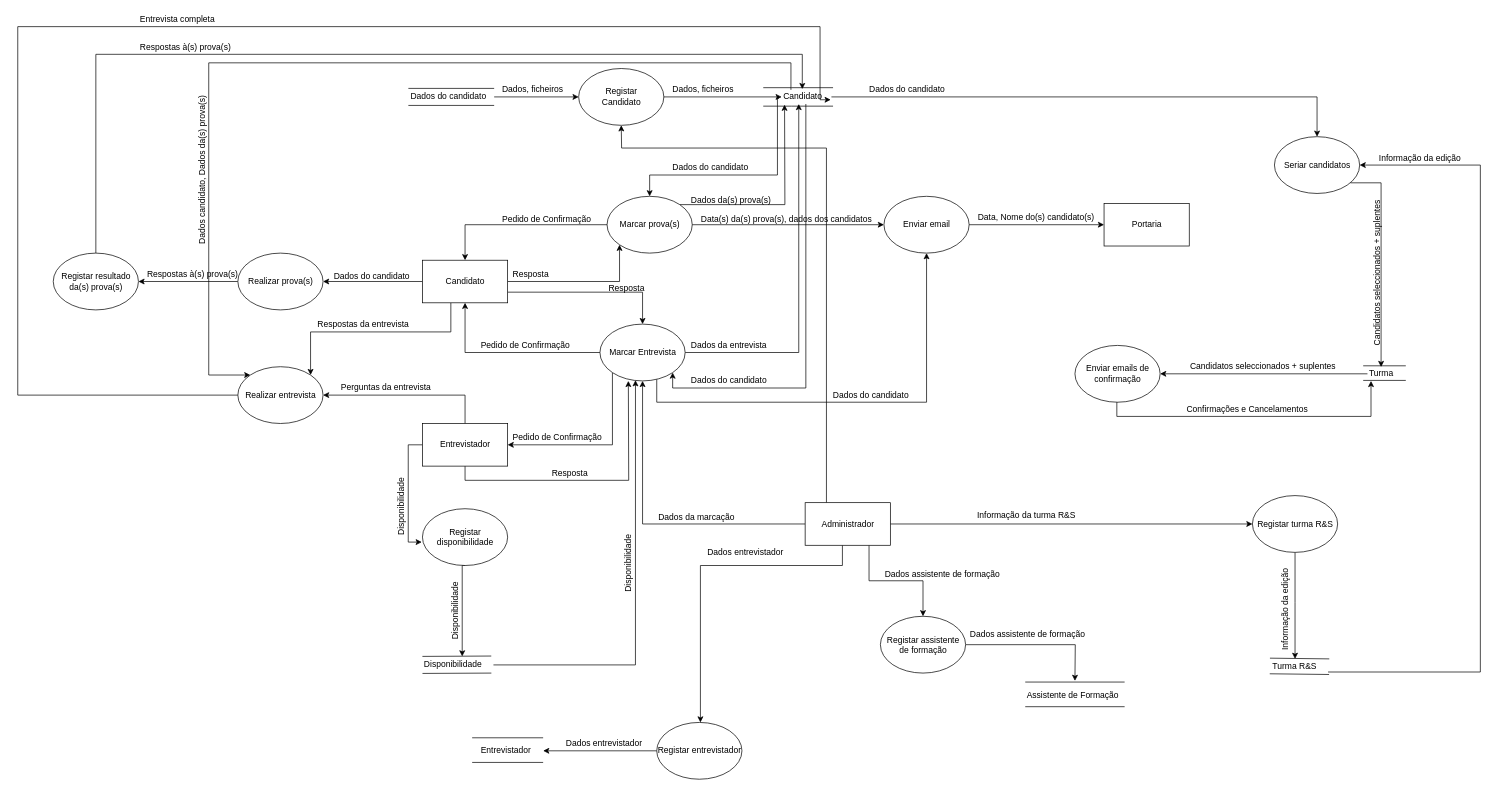
The draw.io diagram Docs/DFD.drawio in blestonbandeira/grs, before the edit. Source tidied: cells renumbered, new cells numbered last; positions are measured from the earlier drawing's top-left corner, leaving out a move shared by most shapes. Both pictures are drawn from the tidied source at 71%, with x=0, y=0 at pixel (18, 12).
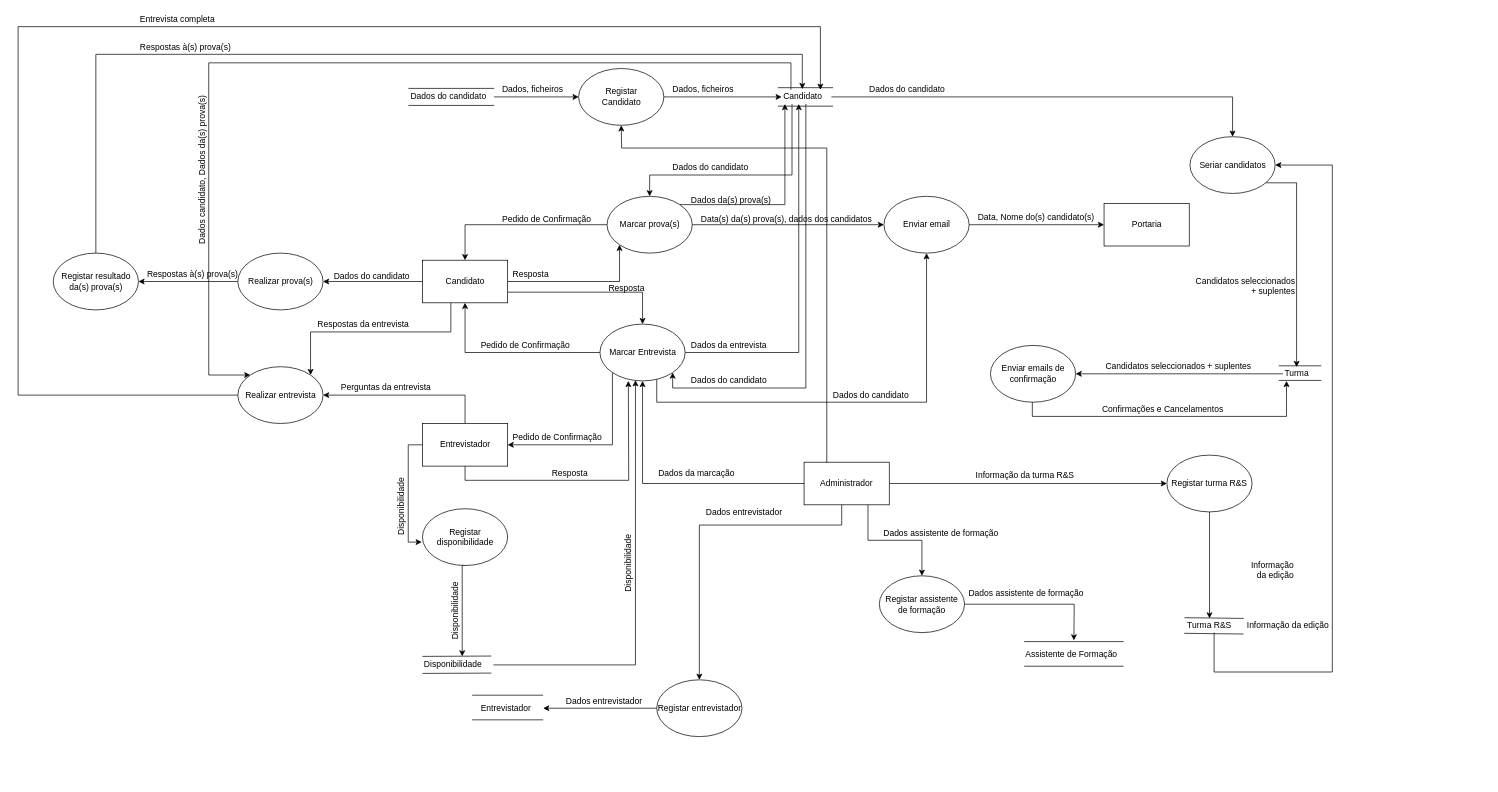
Above is the later version.

The change refers to these unchanged cells:
```xml
<mxCell id="4" value="Registar &lt;br&gt;Candidato" style="ellipse;whiteSpace=wrap;html=1;" parent="1" vertex="1">
  <mxGeometry x="789.5" y="79" width="120" height="80" as="geometry" />
</mxCell>
<mxCell id="9" value="Candidato" style="text;html=1;points=[];align=left;verticalAlign=top;spacingTop=-4;" parent="1" vertex="1">
  <mxGeometry x="1075.5" y="109" width="70" height="20" as="geometry" />
</mxCell>
<mxCell id="17" value="Marcar prova(s)" style="ellipse;whiteSpace=wrap;html=1;" parent="1" vertex="1">
  <mxGeometry x="829.5" y="259" width="120" height="80" as="geometry" />
</mxCell>
<mxCell id="65" value="Realizar entrevista" style="ellipse;whiteSpace=wrap;html=1;" parent="1" vertex="1">
  <mxGeometry x="309.5" y="499" width="120" height="80" as="geometry" />
</mxCell>
<mxCell id="102" value="Turma" style="text;html=1;points=[];align=left;verticalAlign=top;spacingTop=-4;" parent="100" vertex="1">
  <mxGeometry x="6" width="50" height="20" as="geometry" />
</mxCell>
```

Change to the diagram source:
```diff
@@
-    <mxCell id="5" style="edgeStyle=orthogonalEdgeStyle;rounded=0;jettySize=auto;html=1;entryX=0.5;entryY=0;entryDx=0;entryDy=0;exitX=-0.057;exitY=0.6;exitDx=0;exitDy=0;exitPerimeter=0;" parent="1" edge="1" source="9" target="17">
+    <mxCell id="5" style="edgeStyle=orthogonalEdgeStyle;rounded=0;jettySize=auto;html=1;entryX=0.5;entryY=0;entryDx=0;entryDy=0;" parent="1" edge="1" source="9" target="17">
       <mxGeometry relative="1" as="geometry">
         <Array as="points">
-          <mxPoint x="1069.5" y="121" />
-          <mxPoint x="1069.5" y="229" />
-          <mxPoint x="889.5" y="229" />
+          <mxPoint x="1090" y="229" />
+          <mxPoint x="890" y="229" />
         </Array>
       </mxGeometry>
     </mxCell>
@@
     <mxCell id="10" style="shape=link;html=1;width=26;entryX=1.033;entryY=0.5;entryDx=0;entryDy=0;entryPerimeter=0;" parent="1" edge="1" target="9">
       <mxGeometry relative="1" as="geometry">
-        <mxPoint x="1049.5" y="119" as="sourcePoint" />
+        <mxPoint x="1070" y="119" as="sourcePoint" />
         <Array as="points">
           <mxPoint x="1089.5" y="119" />
         </Array>
       </mxGeometry>
     </mxCell>
@@
-    <mxCell id="12" style="endArrow=classic;html=1;exitX=1;exitY=0.5;exitDx=0;exitDy=0;entryX=0;entryY=0.5;entryDx=0;entryDy=0;entryPerimeter=0;" parent="1" edge="1" source="4" target="9">
+    <mxCell id="12" style="endArrow=classic;html=1;exitX=1;exitY=0.5;exitDx=0;exitDy=0;" parent="1" edge="1" source="4" target="9">
       <mxGeometry relative="1" as="geometry" />
     </mxCell>
@@
-    <mxCell id="16" style="edgeStyle=orthogonalEdgeStyle;rounded=0;jettySize=auto;html=1;exitX=1;exitY=0;exitDx=0;exitDy=0;" parent="1" edge="1" source="17">
+    <mxCell id="16" style="edgeStyle=orthogonalEdgeStyle;rounded=0;jettySize=auto;html=1;exitX=1;exitY=0;exitDx=0;exitDy=0;" parent="1" edge="1" source="17" target="9">
       <mxGeometry relative="1" as="geometry">
-        <mxPoint x="1079.5" y="130" as="targetPoint" />
+        <Array as="points">
+          <mxPoint x="1080" y="271" />
+        </Array>
       </mxGeometry>
     </mxCell>
@@
-    <mxCell id="64" style="edgeStyle=orthogonalEdgeStyle;rounded=0;jettySize=auto;html=1;exitX=0;exitY=0.5;exitDx=0;exitDy=0;entryX=0.986;entryY=0.7;entryDx=0;entryDy=0;entryPerimeter=0;" parent="1" edge="1" source="65" target="9">
+    <mxCell id="64" style="edgeStyle=orthogonalEdgeStyle;rounded=0;jettySize=auto;html=1;exitX=0;exitY=0.5;exitDx=0;exitDy=0;" parent="1" edge="1" source="65" target="9">
       <mxGeometry relative="1" as="geometry">
         <Array as="points">
-          <mxPoint x="-0.5" y="539" />
-          <mxPoint x="-0.5" y="20" />
-          <mxPoint x="1129.5" y="20" />
+          <mxPoint y="539" />
+          <mxPoint y="20" />
+          <mxPoint x="1130" y="20" />
         </Array>
       </mxGeometry>
     </mxCell>
@@
-    <mxCell id="72" style="edgeStyle=orthogonalEdgeStyle;rounded=0;jettySize=auto;html=1;" parent="1" edge="1" source="75" target="91">
+    <mxCell id="72" style="edgeStyle=orthogonalEdgeStyle;rounded=0;jettySize=auto;html=1;entryX=0.5;entryY=0;entryDx=0;entryDy=0;" parent="1" edge="1" source="75" target="91">
       <mxGeometry relative="1" as="geometry">
         <Array as="points">
-          <mxPoint x="1161" y="779" />
-          <mxPoint x="961" y="779" />
+          <mxPoint x="1160" y="722" />
+          <mxPoint x="960" y="722" />
         </Array>
       </mxGeometry>
     </mxCell>
@@
     <mxCell id="75" value="Administrador" style="rounded=0;whiteSpace=wrap;html=1;" parent="1" vertex="1">
-      <mxGeometry x="1108.5" y="690.5" width="120" height="60" as="geometry" />
+      <mxGeometry x="1107" y="633.5" width="120" height="60" as="geometry" />
     </mxCell>
     <mxCell id="76" value="Dados da marcação" style="text;html=1;align=left;verticalAlign=top;spacingTop=-4;rotation=0;" parent="1" vertex="1">
-      <mxGeometry x="899.5" y="700.5" width="120" height="20" as="geometry" />
+      <mxGeometry x="899.5" y="639" width="120" height="20" as="geometry" />
     </mxCell>
     <mxCell id="77" style="edgeStyle=orthogonalEdgeStyle;rounded=0;jettySize=auto;html=1;entryX=0.384;entryY=0.02;entryDx=0;entryDy=0;entryPerimeter=0;" parent="1" edge="1" source="78" target="102">
       <mxGeometry relative="1" as="geometry">
         <Array as="points">
-          <mxPoint x="1919.5" y="240" />
+          <mxPoint x="1800.5" y="240" />
         </Array>
       </mxGeometry>
     </mxCell>
     <mxCell id="78" value="Seriar candidatos" style="ellipse;whiteSpace=wrap;html=1;" parent="1" vertex="1">
-      <mxGeometry x="1769.5" y="175" width="120" height="80" as="geometry" />
+      <mxGeometry x="1650.5" y="175" width="120" height="80" as="geometry" />
     </mxCell>
@@
     <mxCell id="80" style="edgeStyle=orthogonalEdgeStyle;rounded=0;jettySize=auto;html=1;" parent="1" edge="1" source="81" target="85">
       <mxGeometry relative="1" as="geometry">
         <Array as="points">
-          <mxPoint x="1799" y="831" />
-          <mxPoint x="1799" y="831" />
+          <mxPoint x="1678.5" y="774" />
+          <mxPoint x="1678.5" y="774" />
         </Array>
       </mxGeometry>
     </mxCell>
     <mxCell id="81" value="Registar turma R&amp;amp;S" style="ellipse;whiteSpace=wrap;html=1;" parent="1" vertex="1">
-      <mxGeometry x="1738.5" y="680.5" width="120" height="80" as="geometry" />
+      <mxGeometry x="1618" y="623.5" width="120" height="80" as="geometry" />
     </mxCell>
     <mxCell id="82" value="Informação da turma R&amp;amp;S" style="text;html=1;align=left;verticalAlign=top;spacingTop=-4;" parent="1" vertex="1">
-      <mxGeometry x="1348.5" y="698.5" width="150" height="20" as="geometry" />
+      <mxGeometry x="1347" y="641.5" width="150" height="20" as="geometry" />
     </mxCell>
     <mxCell id="83" style="shape=link;html=1;width=22;entryX=1.02;entryY=0.55;entryDx=0;entryDy=0;entryPerimeter=0;" parent="1" edge="1" target="85">
       <mxGeometry relative="1" as="geometry">
-        <mxPoint x="1763" y="920.5" as="sourcePoint" />
+        <mxPoint x="1642.5" y="863.5" as="sourcePoint" />
       </mxGeometry>
     </mxCell>
     <mxCell id="84" style="edgeStyle=orthogonalEdgeStyle;rounded=0;jettySize=auto;html=1;entryX=1;entryY=0.5;entryDx=0;entryDy=0;" parent="1" edge="1" source="85" target="78">
       <mxGeometry relative="1" as="geometry">
         <Array as="points">
-          <mxPoint x="2059.5" y="929" />
-          <mxPoint x="2059.5" y="215" />
+          <mxPoint x="1851" y="929" />
+          <mxPoint x="1851" y="215" />
         </Array>
       </mxGeometry>
     </mxCell>
     <mxCell id="85" value="Turma R&amp;amp;S" style="text;html=1;points=[];align=left;verticalAlign=top;spacingTop=-4;" parent="1" vertex="1">
-      <mxGeometry x="1765" y="910.5" width="80" height="20" as="geometry" />
+      <mxGeometry x="1644.5" y="853.5" width="80" height="20" as="geometry" />
     </mxCell>
-    <mxCell id="86" value="Informação da edição" style="text;html=1;align=left;verticalAlign=top;spacingTop=-4;rotation=270;" parent="1" vertex="1">
-      <mxGeometry x="1719" y="825.5" width="130" height="20" as="geometry" />
+    <mxCell id="86" value="Informação &lt;br&gt;da edição" style="text;html=1;align=right;verticalAlign=top;spacingTop=-4;rotation=0;" parent="1" vertex="1">
+      <mxGeometry x="1717.5" y="768.5" width="80" height="30" as="geometry" />
     </mxCell>
     <mxCell id="87" value="Informação da edição" style="text;html=1;align=left;verticalAlign=top;spacingTop=-4;rotation=0;" parent="1" vertex="1">
-      <mxGeometry x="1914.5" y="196" width="130" height="20" as="geometry" />
+      <mxGeometry x="1729" y="853.5" width="130" height="20" as="geometry" />
     </mxCell>
     <mxCell id="88" style="edgeStyle=orthogonalEdgeStyle;rounded=0;jettySize=auto;html=1;" parent="1" edge="1" source="89">
       <mxGeometry relative="1" as="geometry">
-        <mxPoint x="1488.5" y="941.5" as="targetPoint" />
+        <mxPoint x="1487" y="884.5" as="targetPoint" />
       </mxGeometry>
     </mxCell>
     <mxCell id="89" value="Registar assistente de formação" style="ellipse;whiteSpace=wrap;html=1;" parent="1" vertex="1">
-      <mxGeometry x="1214.5" y="850.5" width="120" height="80" as="geometry" />
+      <mxGeometry x="1213" y="793.5" width="120" height="80" as="geometry" />
     </mxCell>
@@
     <mxCell id="91" value="Registar entrevistador" style="ellipse;whiteSpace=wrap;html=1;" parent="1" vertex="1">
-      <mxGeometry x="899.5" y="1000" width="120" height="80" as="geometry" />
+      <mxGeometry x="899.5" y="940" width="120" height="80" as="geometry" />
     </mxCell>
     <mxCell id="92" value="Dados entrevistador" style="text;html=1;align=left;verticalAlign=top;spacingTop=-4;" parent="1" vertex="1">
-      <mxGeometry x="968.5" y="750.5" width="120" height="20" as="geometry" />
+      <mxGeometry x="967" y="693.5" width="120" height="20" as="geometry" />
     </mxCell>
     <mxCell id="93" style="shape=link;html=1;width=34.70588235294118;" parent="1" edge="1">
       <mxGeometry relative="1" as="geometry">
-        <mxPoint x="639.5" y="1039" as="sourcePoint" />
-        <mxPoint x="739.5" y="1039" as="targetPoint" />
+        <mxPoint x="639.5" y="979" as="sourcePoint" />
+        <mxPoint x="739.5" y="979" as="targetPoint" />
       </mxGeometry>
     </mxCell>
     <mxCell id="94" value="Entrevistador" style="text;html=1;points=[];align=left;verticalAlign=top;spacingTop=-4;" parent="1" vertex="1">
-      <mxGeometry x="649.5" y="1030" width="90" height="20" as="geometry" />
+      <mxGeometry x="649.5" y="970" width="90" height="20" as="geometry" />
     </mxCell>
     <mxCell id="95" value="Dados entrevistador" style="text;html=1;align=left;verticalAlign=top;spacingTop=-4;" parent="1" vertex="1">
-      <mxGeometry x="769.5" y="1020" width="120" height="20" as="geometry" />
+      <mxGeometry x="769.5" y="960" width="120" height="20" as="geometry" />
     </mxCell>
     <mxCell id="96" style="shape=link;html=1;width=34.70588235294118;" parent="1" edge="1">
       <mxGeometry relative="1" as="geometry">
-        <mxPoint x="1418.5" y="960.5" as="sourcePoint" />
-        <mxPoint x="1558.5" y="960.5" as="targetPoint" />
+        <mxPoint x="1417" y="903.5" as="sourcePoint" />
+        <mxPoint x="1557" y="903.5" as="targetPoint" />
       </mxGeometry>
     </mxCell>
     <mxCell id="97" value="Assistente de Formação" style="text;html=1;align=left;verticalAlign=top;spacingTop=-4;" parent="1" vertex="1">
-      <mxGeometry x="1418.5" y="951.5" width="140" height="20" as="geometry" />
+      <mxGeometry x="1417" y="894.5" width="140" height="20" as="geometry" />
     </mxCell>
     <mxCell id="98" value="Dados assistente de formação&lt;br&gt;" style="text;html=1;align=left;verticalAlign=top;spacingTop=-4;" parent="1" vertex="1">
-      <mxGeometry x="1218.5" y="780.5" width="180" height="20" as="geometry" />
+      <mxGeometry x="1217" y="723.5" width="180" height="20" as="geometry" />
     </mxCell>
     <mxCell id="99" value="Dados assistente de formação&lt;br&gt;" style="text;html=1;align=left;verticalAlign=top;spacingTop=-4;" parent="1" vertex="1">
-      <mxGeometry x="1338.5" y="866" width="180" height="20" as="geometry" />
+      <mxGeometry x="1337" y="809" width="180" height="20" as="geometry" />
     </mxCell>
     <mxCell id="100" style="group;" parent="1" vertex="1">
-      <mxGeometry x="1894.5" y="499" width="60" height="20" as="geometry" />
+      <mxGeometry x="1775.5" y="499" width="60" height="20" as="geometry" />
     </mxCell>
@@
-    <mxCell id="103" value="Candidatos seleccionados + suplentes" style="text;html=1;align=left;verticalAlign=top;spacingTop=-4;rotation=270;" parent="1" vertex="1">
-      <mxGeometry x="1804.5" y="352" width="220" height="20" as="geometry" />
+    <mxCell id="103" value="Candidatos seleccionados&lt;br&gt;&amp;nbsp;+ suplentes" style="text;html=1;align=right;verticalAlign=top;spacingTop=-4;rotation=0;" parent="1" vertex="1">
+      <mxGeometry x="1639.5" y="369" width="160" height="30" as="geometry" />
     </mxCell>
     <mxCell id="104" style="edgeStyle=orthogonalEdgeStyle;rounded=0;jettySize=auto;html=1;exitX=0.5;exitY=1;exitDx=0;exitDy=0;" parent="1" edge="1" source="105" target="102">
       <mxGeometry relative="1" as="geometry">
         <Array as="points">
-          <mxPoint x="1547.5" y="569" />
-          <mxPoint x="1905.5" y="569" />
+          <mxPoint x="1428.5" y="569" />
+          <mxPoint x="1786.5" y="569" />
         </Array>
       </mxGeometry>
     </mxCell>
     <mxCell id="105" value="Enviar emails de confirmação" style="ellipse;whiteSpace=wrap;html=1;" parent="1" vertex="1">
-      <mxGeometry x="1488.5" y="469" width="120" height="80" as="geometry" />
+      <mxGeometry x="1369.5" y="469" width="120" height="80" as="geometry" />
     </mxCell>
@@
     <mxCell id="107" value="Confirmações e Cancelamentos" style="text;html=1;align=left;verticalAlign=top;spacingTop=-4;" parent="1" vertex="1">
-      <mxGeometry x="1643.5" y="549" width="190" height="20" as="geometry" />
+      <mxGeometry x="1524.5" y="549" width="190" height="20" as="geometry" />
     </mxCell>
     <mxCell id="108" value="Candidatos seleccionados + suplentes" style="text;html=1;align=left;verticalAlign=top;spacingTop=-4;rotation=0;" parent="1" vertex="1">
-      <mxGeometry x="1648.5" y="489" width="220" height="20" as="geometry" />
+      <mxGeometry x="1529.5" y="489" width="220" height="20" as="geometry" />
     </mxCell>
```
